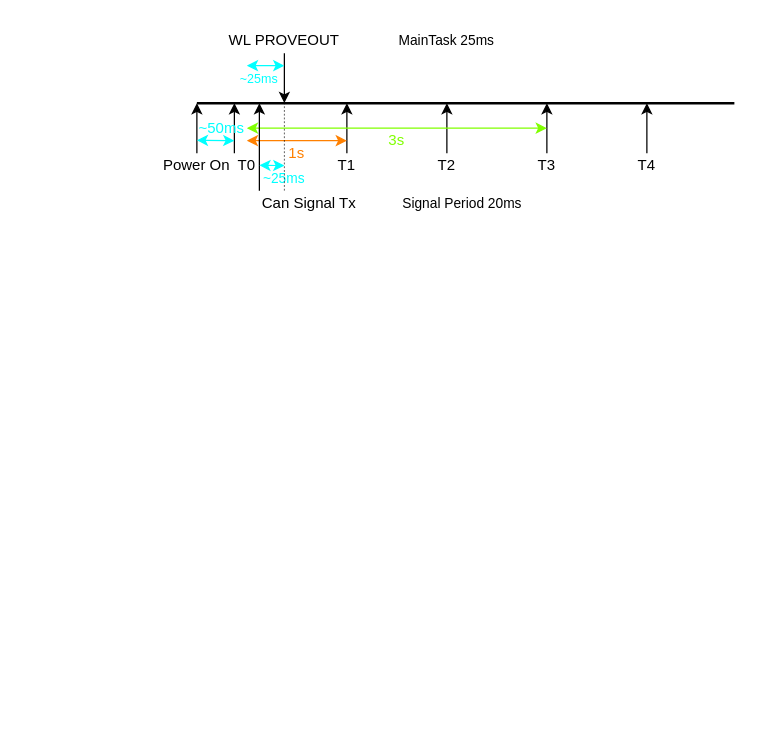
Before: Untitled Diagram.drawio in woshitanwang/pics_procdure, a draw.io diagram. Source tidied: cells renumbered, new cells numbered last; positions are measured from the earlier drawing's top-left corner, leaving out a move shared by most shapes. Both pictures are drawn from the tidied source at 125%, with x=0, y=0 at pixel (159, 21).
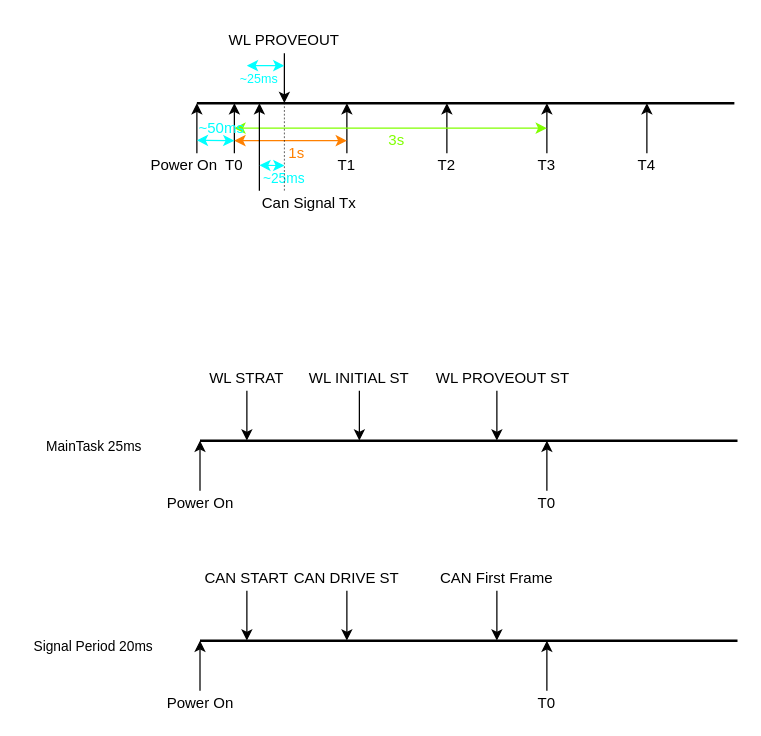
Above is the later version.

Unchanged cells that the change refers to:
```xml
<mxCell id="22" value="&lt;font color=&quot;#00ffff&quot;&gt;~50ms&lt;/font&gt;" style="text;html=1;strokeColor=none;fillColor=none;align=center;verticalAlign=middle;whiteSpace=wrap;rounded=0;" parent="1" vertex="1">
  <mxGeometry x="30" y="75" width="40" height="20" as="geometry" />
</mxCell>
```

The edit, as a diff of the source:
```diff
@@
     <mxCell id="4" value="Power On" style="text;html=1;strokeColor=none;fillColor=none;align=center;verticalAlign=middle;whiteSpace=wrap;rounded=0;" parent="1" vertex="1">
-      <mxGeometry y="105" width="60" height="20" as="geometry" />
+      <mxGeometry x="-10" y="105" width="60" height="20" as="geometry" />
     </mxCell>
@@
     <mxCell id="11" value="T0" style="text;html=1;strokeColor=none;fillColor=none;align=center;verticalAlign=middle;whiteSpace=wrap;rounded=0;" parent="1" vertex="1">
-      <mxGeometry x="50" y="105" width="40" height="20" as="geometry" />
+      <mxGeometry x="40" y="105" width="40" height="20" as="geometry" />
     </mxCell>
@@
-    <mxCell id="16" style="endArrow=classic;startArrow=classic;html=1;strokeColor=#FF8000;" parent="1" edge="1">
+    <mxCell id="16" style="endArrow=classic;startArrow=classic;html=1;strokeColor=#FF8000;exitX=0.75;exitY=1;exitDx=0;exitDy=0;" parent="1" edge="1" source="22">
       <mxGeometry relative="1" as="geometry">
-        <mxPoint x="70" y="95" as="sourcePoint" />
         <mxPoint x="150" y="95" as="targetPoint" />
       </mxGeometry>
     </mxCell>
@@
-    <mxCell id="18" style="endArrow=classic;startArrow=classic;html=1;strokeColor=#80FF00;" parent="1" edge="1">
+    <mxCell id="18" style="endArrow=classic;startArrow=classic;html=1;strokeColor=#80FF00;exitX=0.75;exitY=0.5;exitDx=0;exitDy=0;exitPerimeter=0;" parent="1" edge="1" source="22">
       <mxGeometry relative="1" as="geometry">
-        <mxPoint x="70" y="85" as="sourcePoint" />
         <mxPoint x="310" y="85" as="targetPoint" />
       </mxGeometry>
     </mxCell>
@@
     <mxCell id="29" value="MainTask 25ms" style="text;html=1;strokeColor=none;fillColor=none;align=center;verticalAlign=middle;whiteSpace=wrap;rounded=0;fontSize=11;" parent="1" vertex="1">
-      <mxGeometry x="185" width="90" height="30" as="geometry" />
+      <mxGeometry x="-97.5" y="325" width="90" height="30" as="geometry" />
     </mxCell>
     <mxCell id="30" value="Signal Period 20ms" style="text;html=1;strokeColor=none;fillColor=none;align=center;verticalAlign=middle;whiteSpace=wrap;rounded=0;fontSize=11;" parent="1" vertex="1">
-      <mxGeometry x="185" y="130" width="115" height="30" as="geometry" />
+      <mxGeometry x="-110" y="485" width="115" height="30" as="geometry" />
     </mxCell>
@@
+    <mxCell id="32" style="endArrow=none;html=1;strokeWidth=2;" parent="1" edge="1">
+      <mxGeometry relative="1" as="geometry">
+        <mxPoint x="32.5" y="335" as="sourcePoint" />
+        <mxPoint x="462.5" y="335" as="targetPoint" />
+      </mxGeometry>
+    </mxCell>
+    <mxCell id="33" style="endArrow=classic;html=1;" parent="1" edge="1">
+      <mxGeometry relative="1" as="geometry">
+        <mxPoint x="32.5" y="375" as="sourcePoint" />
+        <mxPoint x="32.5" y="335" as="targetPoint" />
+      </mxGeometry>
+    </mxCell>
+    <mxCell id="34" value="Power On" style="text;html=1;strokeColor=none;fillColor=none;align=center;verticalAlign=middle;whiteSpace=wrap;rounded=0;" parent="1" vertex="1">
+      <mxGeometry x="2.5" y="375" width="60" height="20" as="geometry" />
+    </mxCell>
+    <mxCell id="35" style="endArrow=none;html=1;strokeWidth=2;" parent="1" edge="1">
+      <mxGeometry relative="1" as="geometry">
+        <mxPoint x="32.5" y="495" as="sourcePoint" />
+        <mxPoint x="462.5" y="495" as="targetPoint" />
+      </mxGeometry>
+    </mxCell>
+    <mxCell id="36" style="endArrow=classic;html=1;" parent="1" edge="1">
+      <mxGeometry relative="1" as="geometry">
+        <mxPoint x="32.5" y="535" as="sourcePoint" />
+        <mxPoint x="32.5" y="495" as="targetPoint" />
+      </mxGeometry>
+    </mxCell>
+    <mxCell id="37" value="Power On" style="text;html=1;strokeColor=none;fillColor=none;align=center;verticalAlign=middle;whiteSpace=wrap;rounded=0;" parent="1" vertex="1">
+      <mxGeometry x="2.5" y="535" width="60" height="20" as="geometry" />
+    </mxCell>
+    <mxCell id="38" style="endArrow=classic;html=1;" parent="1" edge="1">
+      <mxGeometry relative="1" as="geometry">
+        <mxPoint x="310" y="375" as="sourcePoint" />
+        <mxPoint x="310" y="335" as="targetPoint" />
+      </mxGeometry>
+    </mxCell>
+    <mxCell id="39" value="T0" style="text;html=1;strokeColor=none;fillColor=none;align=center;verticalAlign=middle;whiteSpace=wrap;rounded=0;" parent="1" vertex="1">
+      <mxGeometry x="290" y="375" width="40" height="20" as="geometry" />
+    </mxCell>
+    <mxCell id="40" style="endArrow=classic;html=1;" parent="1" edge="1">
+      <mxGeometry relative="1" as="geometry">
+        <mxPoint x="310" y="535" as="sourcePoint" />
+        <mxPoint x="310" y="495" as="targetPoint" />
+      </mxGeometry>
+    </mxCell>
+    <mxCell id="41" value="T0" style="text;html=1;strokeColor=none;fillColor=none;align=center;verticalAlign=middle;whiteSpace=wrap;rounded=0;" parent="1" vertex="1">
+      <mxGeometry x="290" y="535" width="40" height="20" as="geometry" />
+    </mxCell>
+    <mxCell id="42" style="endArrow=classic;html=1;" parent="1" edge="1">
+      <mxGeometry relative="1" as="geometry">
+        <mxPoint x="70" y="295" as="sourcePoint" />
+        <mxPoint x="70" y="335" as="targetPoint" />
+      </mxGeometry>
+    </mxCell>
+    <mxCell id="43" value="WL STRAT" style="text;html=1;strokeColor=none;fillColor=none;align=center;verticalAlign=middle;whiteSpace=wrap;rounded=0;" parent="1" vertex="1">
+      <mxGeometry x="20" y="275" width="100" height="20" as="geometry" />
+    </mxCell>
+    <mxCell id="44" style="endArrow=classic;html=1;" parent="1" edge="1">
+      <mxGeometry relative="1" as="geometry">
+        <mxPoint x="70" y="455" as="sourcePoint" />
+        <mxPoint x="70" y="495" as="targetPoint" />
+      </mxGeometry>
+    </mxCell>
+    <mxCell id="45" value="CAN START" style="text;html=1;strokeColor=none;fillColor=none;align=center;verticalAlign=middle;whiteSpace=wrap;rounded=0;" parent="1" vertex="1">
+      <mxGeometry x="20" y="435" width="100" height="20" as="geometry" />
+    </mxCell>
+    <mxCell id="46" style="endArrow=classic;html=1;" parent="1" edge="1">
+      <mxGeometry relative="1" as="geometry">
+        <mxPoint x="270" y="455" as="sourcePoint" />
+        <mxPoint x="270" y="495" as="targetPoint" />
+      </mxGeometry>
+    </mxCell>
+    <mxCell id="47" value="CAN First Frame" style="text;html=1;strokeColor=none;fillColor=none;align=center;verticalAlign=middle;whiteSpace=wrap;rounded=0;" parent="1" vertex="1">
+      <mxGeometry x="220" y="435" width="100" height="20" as="geometry" />
+    </mxCell>
+    <mxCell id="48" style="endArrow=classic;html=1;" parent="1" edge="1">
+      <mxGeometry relative="1" as="geometry">
+        <mxPoint x="270" y="295" as="sourcePoint" />
+        <mxPoint x="270" y="335" as="targetPoint" />
+      </mxGeometry>
+    </mxCell>
+    <mxCell id="49" value="WL PROVEOUT ST" style="text;html=1;strokeColor=none;fillColor=none;align=center;verticalAlign=middle;whiteSpace=wrap;rounded=0;" parent="1" vertex="1">
+      <mxGeometry x="220" y="275" width="110" height="20" as="geometry" />
+    </mxCell>
+    <mxCell id="50" style="endArrow=classic;html=1;" parent="1" edge="1">
+      <mxGeometry relative="1" as="geometry">
+        <mxPoint x="150" y="455" as="sourcePoint" />
+        <mxPoint x="150" y="495" as="targetPoint" />
+      </mxGeometry>
+    </mxCell>
+    <mxCell id="51" value="CAN DRIVE ST" style="text;html=1;strokeColor=none;fillColor=none;align=center;verticalAlign=middle;whiteSpace=wrap;rounded=0;" parent="1" vertex="1">
+      <mxGeometry x="100" y="435" width="100" height="20" as="geometry" />
+    </mxCell>
+    <mxCell id="52" style="endArrow=classic;html=1;" parent="1" edge="1">
+      <mxGeometry relative="1" as="geometry">
+        <mxPoint x="160" y="295" as="sourcePoint" />
+        <mxPoint x="160" y="335" as="targetPoint" />
+      </mxGeometry>
+    </mxCell>
+    <mxCell id="53" value="WL INITIAL ST" style="text;html=1;strokeColor=none;fillColor=none;align=center;verticalAlign=middle;whiteSpace=wrap;rounded=0;" parent="1" vertex="1">
+      <mxGeometry x="110" y="275" width="100" height="20" as="geometry" />
+    </mxCell>
```
